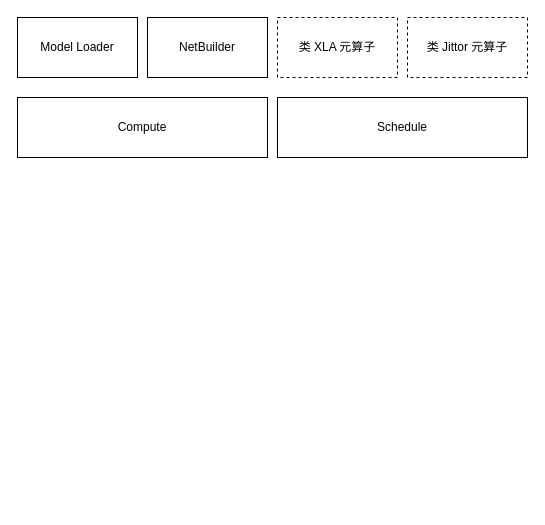
Superjomn/_tmp_images keeps this draw.io diagram as CINN Architecture.drawio. Above is the earlier version. Source tidied: cells renumbered, new cells numbered last; positions are measured from the earlier drawing's top-left corner, leaving out a move shared by most shapes. Both pictures are drawn from the tidied source at 100%, with x=0, y=0 at pixel (17, 17).
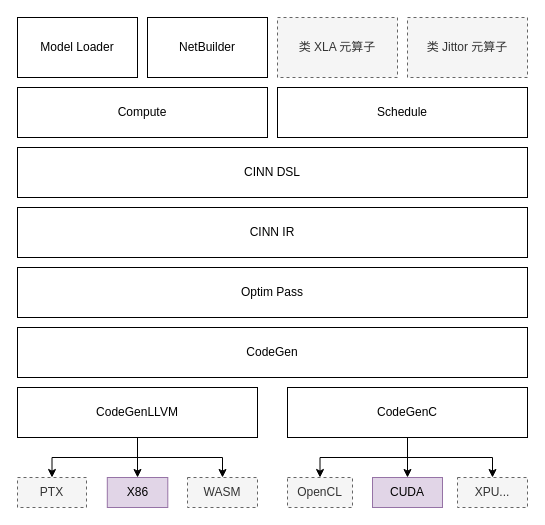
After the change.

What changed in the source:
```diff
@@
-    <mxCell id="4" value="类 XLA 元算子" style="rounded=0;whiteSpace=wrap;html=1;dashed=1;" parent="1" vertex="1">
+    <mxCell id="4" value="类 XLA 元算子" style="rounded=0;whiteSpace=wrap;html=1;dashed=1;fillColor=#f5f5f5;strokeColor=#666666;fontColor=#333333;" parent="1" vertex="1">
       <mxGeometry x="260" width="120" height="60" as="geometry" />
     </mxCell>
-    <mxCell id="5" value="类 Jittor 元算子" style="rounded=0;whiteSpace=wrap;html=1;dashed=1;" parent="1" vertex="1">
+    <mxCell id="5" value="类 Jittor 元算子" style="rounded=0;whiteSpace=wrap;html=1;dashed=1;fillColor=#f5f5f5;strokeColor=#666666;fontColor=#333333;" parent="1" vertex="1">
       <mxGeometry x="390" width="120" height="60" as="geometry" />
     </mxCell>
     <mxCell id="6" value="Compute" style="rounded=0;whiteSpace=wrap;html=1;" parent="1" vertex="1">
-      <mxGeometry y="80" width="250" height="60" as="geometry" />
+      <mxGeometry y="70" width="250" height="50" as="geometry" />
     </mxCell>
     <mxCell id="7" value="Schedule" style="rounded=0;whiteSpace=wrap;html=1;" parent="1" vertex="1">
-      <mxGeometry x="260" y="80" width="250" height="60" as="geometry" />
+      <mxGeometry x="260" y="70" width="250" height="50" as="geometry" />
     </mxCell>
+    <mxCell id="8" value="CINN DSL" style="rounded=0;whiteSpace=wrap;html=1;" parent="1" vertex="1">
+      <mxGeometry y="130" width="510" height="50" as="geometry" />
+    </mxCell>
+    <mxCell id="9" value="CINN IR" style="rounded=0;whiteSpace=wrap;html=1;" parent="1" vertex="1">
+      <mxGeometry y="190" width="510" height="50" as="geometry" />
+    </mxCell>
+    <mxCell id="10" value="CodeGen" style="rounded=0;whiteSpace=wrap;html=1;" parent="1" vertex="1">
+      <mxGeometry y="310" width="510" height="50" as="geometry" />
+    </mxCell>
+    <mxCell id="11" value="Optim Pass" style="rounded=0;whiteSpace=wrap;html=1;" parent="1" vertex="1">
+      <mxGeometry y="250" width="510" height="50" as="geometry" />
+    </mxCell>
+    <mxCell id="12" style="edgeStyle=orthogonalEdgeStyle;rounded=0;jettySize=auto;html=1;exitX=0.5;exitY=1;exitDx=0;exitDy=0;entryX=0.5;entryY=0;entryDx=0;entryDy=0;" parent="1" edge="1" source="15" target="21">
+      <mxGeometry relative="1" as="geometry" />
+    </mxCell>
+    <mxCell id="13" style="edgeStyle=orthogonalEdgeStyle;rounded=0;jettySize=auto;html=1;exitX=0.5;exitY=1;exitDx=0;exitDy=0;" parent="1" edge="1" source="15" target="22">
+      <mxGeometry relative="1" as="geometry" />
+    </mxCell>
+    <mxCell id="14" style="edgeStyle=orthogonalEdgeStyle;rounded=0;jettySize=auto;html=1;exitX=0.5;exitY=1;exitDx=0;exitDy=0;entryX=0.5;entryY=0;entryDx=0;entryDy=0;" parent="1" edge="1" source="15" target="23">
+      <mxGeometry relative="1" as="geometry" />
+    </mxCell>
+    <mxCell id="15" value="CodeGenLLVM" style="rounded=0;whiteSpace=wrap;html=1;" parent="1" vertex="1">
+      <mxGeometry y="370" width="240" height="50" as="geometry" />
+    </mxCell>
+    <mxCell id="16" style="edgeStyle=orthogonalEdgeStyle;rounded=0;jettySize=auto;html=1;exitX=0.5;exitY=1;exitDx=0;exitDy=0;entryX=0.5;entryY=0;entryDx=0;entryDy=0;" parent="1" edge="1" source="19" target="20">
+      <mxGeometry relative="1" as="geometry" />
+    </mxCell>
+    <mxCell id="17" style="edgeStyle=orthogonalEdgeStyle;rounded=0;jettySize=auto;html=1;exitX=0.5;exitY=1;exitDx=0;exitDy=0;entryX=0.5;entryY=0;entryDx=0;entryDy=0;" parent="1" edge="1" source="19" target="24">
+      <mxGeometry relative="1" as="geometry" />
+    </mxCell>
+    <mxCell id="18" style="edgeStyle=orthogonalEdgeStyle;rounded=0;jettySize=auto;html=1;exitX=0.5;exitY=1;exitDx=0;exitDy=0;entryX=0.5;entryY=0;entryDx=0;entryDy=0;" parent="1" edge="1" source="19" target="25">
+      <mxGeometry relative="1" as="geometry" />
+    </mxCell>
+    <mxCell id="19" value="CodeGenC" style="rounded=0;whiteSpace=wrap;html=1;" parent="1" vertex="1">
+      <mxGeometry x="270" y="370" width="240" height="50" as="geometry" />
+    </mxCell>
+    <mxCell id="20" value="CUDA" style="rounded=0;whiteSpace=wrap;html=1;fillColor=#e1d5e7;strokeColor=#9673a6;" parent="1" vertex="1">
+      <mxGeometry x="355" y="460" width="70" height="30" as="geometry" />
+    </mxCell>
+    <mxCell id="21" value="X86" style="rounded=0;whiteSpace=wrap;html=1;fillColor=#e1d5e7;strokeColor=#9673a6;" parent="1" vertex="1">
+      <mxGeometry x="89.8" y="460" width="60.5" height="30" as="geometry" />
+    </mxCell>
+    <mxCell id="22" value="PTX" style="rounded=0;whiteSpace=wrap;html=1;dashed=1;fillColor=#f5f5f5;strokeColor=#666666;fontColor=#333333;" parent="1" vertex="1">
+      <mxGeometry y="460" width="69" height="30" as="geometry" />
+    </mxCell>
+    <mxCell id="23" value="WASM" style="rounded=0;whiteSpace=wrap;html=1;dashed=1;fillColor=#f5f5f5;strokeColor=#666666;fontColor=#333333;" parent="1" vertex="1">
+      <mxGeometry x="170" y="460" width="70" height="30" as="geometry" />
+    </mxCell>
+    <mxCell id="24" value="OpenCL" style="rounded=0;whiteSpace=wrap;html=1;dashed=1;fillColor=#f5f5f5;strokeColor=#666666;fontColor=#333333;" parent="1" vertex="1">
+      <mxGeometry x="270" y="460" width="65" height="30" as="geometry" />
+    </mxCell>
+    <mxCell id="25" value="XPU..." style="rounded=0;whiteSpace=wrap;html=1;dashed=1;fillColor=#f5f5f5;strokeColor=#666666;fontColor=#333333;" parent="1" vertex="1">
+      <mxGeometry x="440" y="460" width="70" height="30" as="geometry" />
+    </mxCell>
```
